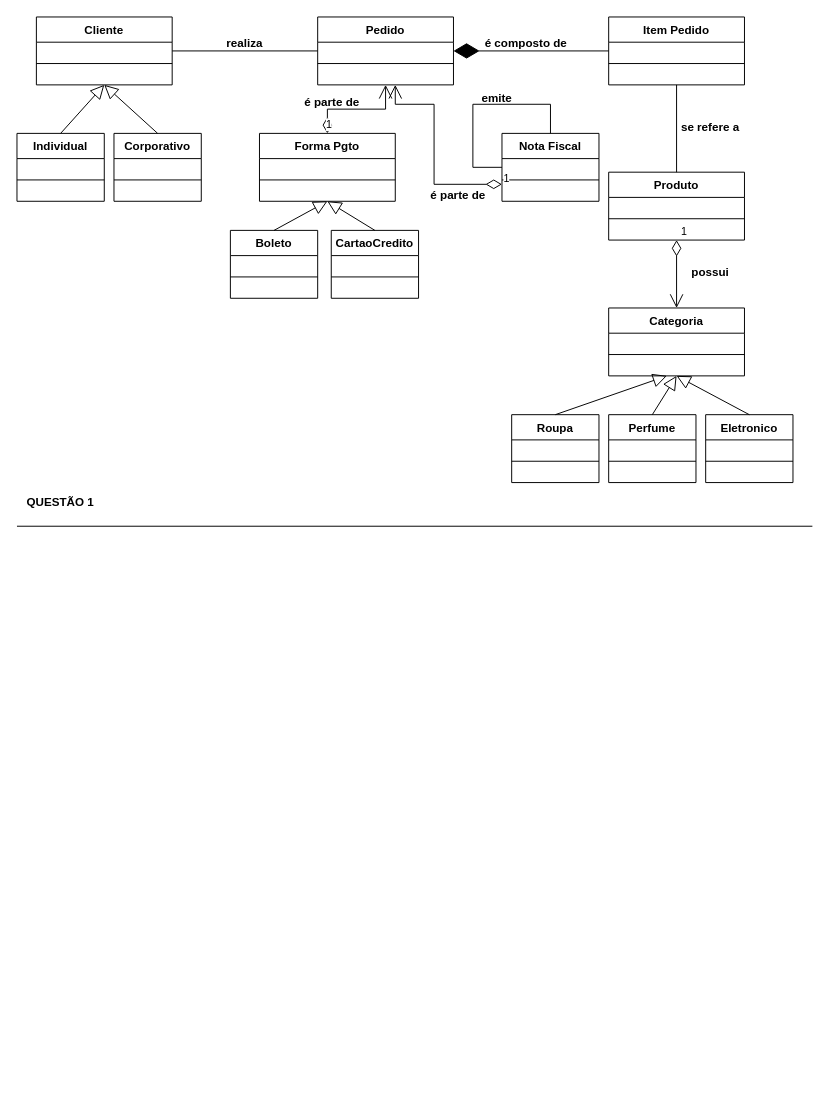
Earlier version of the draw.io diagram TarefaENG-REQ.drawio (loui674/Diagramas-de-Caso-de-Uso). Source tidied: cells renumbered, new cells numbered last; positions are measured from the earlier drawing's top-left corner, leaving out a move shared by most shapes. Both pictures are drawn from the tidied source at 97%, with x=0, y=0 at pixel (16, 16).
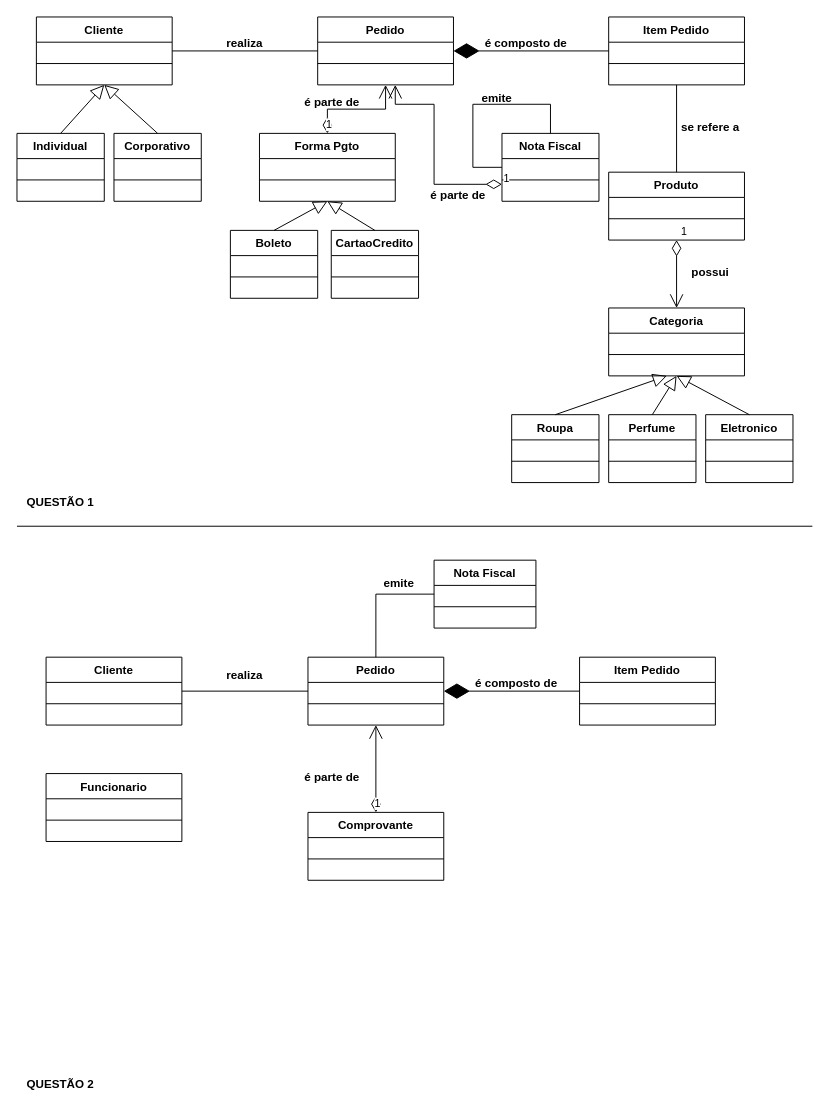
Above is the later version.

The edit, as a diff of the source:
```diff
@@
+    <mxCell id="53" value="QUESTÃO 2" style="text;align=center;fontStyle=1;verticalAlign=middle;spacingLeft=3;spacingRight=3;strokeColor=none;" parent="1" vertex="1">
+      <mxGeometry y="1080" width="90" height="40" as="geometry" />
+    </mxCell>
+    <mxCell id="54" value="Pedido" style="swimlane;fontStyle=1;align=center;verticalAlign=top;horizontal=1;startSize=26;" parent="1" vertex="1">
+      <mxGeometry x="300" y="660" width="140" height="70" as="geometry" />
+    </mxCell>
+    <mxCell id="55" style="line;strokeWidth=1;fillColor=none;align=left;verticalAlign=middle;spacingTop=-1;spacingLeft=3;spacingRight=3;labelPosition=right;strokeColor=inherit;" parent="54" vertex="1">
+      <mxGeometry y="26" width="140" height="44" as="geometry" />
+    </mxCell>
+    <mxCell id="56" value="Cliente" style="swimlane;fontStyle=1;align=center;verticalAlign=top;horizontal=1;startSize=26;" parent="1" vertex="1">
+      <mxGeometry x="30" y="660" width="140" height="70" as="geometry" />
+    </mxCell>
+    <mxCell id="57" style="line;strokeWidth=1;fillColor=none;align=left;verticalAlign=middle;spacingTop=-1;spacingLeft=3;spacingRight=3;labelPosition=right;strokeColor=inherit;" parent="56" vertex="1">
+      <mxGeometry y="26" width="140" height="44" as="geometry" />
+    </mxCell>
+    <mxCell id="58" value="Item Pedido" style="swimlane;fontStyle=1;align=center;verticalAlign=top;horizontal=1;startSize=26;" parent="1" vertex="1">
+      <mxGeometry x="580" y="660" width="140" height="70" as="geometry" />
+    </mxCell>
+    <mxCell id="59" style="line;strokeWidth=1;fillColor=none;align=left;verticalAlign=middle;spacingTop=-1;spacingLeft=3;spacingRight=3;labelPosition=right;strokeColor=inherit;" parent="58" vertex="1">
+      <mxGeometry y="26" width="140" height="44" as="geometry" />
+    </mxCell>
+    <mxCell id="60" value="Comprovante" style="swimlane;fontStyle=1;align=center;verticalAlign=top;horizontal=1;startSize=26;" parent="1" vertex="1">
+      <mxGeometry x="300" y="820" width="140" height="70" as="geometry" />
+    </mxCell>
+    <mxCell id="61" style="line;strokeWidth=1;fillColor=none;align=left;verticalAlign=middle;spacingTop=-1;spacingLeft=3;spacingRight=3;labelPosition=right;strokeColor=inherit;" parent="60" vertex="1">
+      <mxGeometry y="26" width="140" height="44" as="geometry" />
+    </mxCell>
+    <mxCell id="62" value="Funcionario" style="swimlane;fontStyle=1;align=center;verticalAlign=top;horizontal=1;startSize=26;" parent="1" vertex="1">
+      <mxGeometry x="30" y="780" width="140" height="70" as="geometry" />
+    </mxCell>
+    <mxCell id="63" style="line;strokeWidth=1;fillColor=none;align=left;verticalAlign=middle;spacingTop=-1;spacingLeft=3;spacingRight=3;labelPosition=right;strokeColor=inherit;" parent="62" vertex="1">
+      <mxGeometry y="26" width="140" height="44" as="geometry" />
+    </mxCell>
+    <mxCell id="64" value="Nota Fiscal" style="swimlane;fontStyle=1;align=center;verticalAlign=top;horizontal=1;startSize=26;" parent="1" vertex="1">
+      <mxGeometry x="430" y="560" width="105" height="70" as="geometry" />
+    </mxCell>
+    <mxCell id="65" style="line;strokeWidth=1;fillColor=none;align=left;verticalAlign=middle;spacingTop=-1;spacingLeft=3;spacingRight=3;labelPosition=right;strokeColor=inherit;" parent="64" vertex="1">
+      <mxGeometry y="26" width="105" height="44" as="geometry" />
+    </mxCell>
+    <mxCell id="66" style="endArrow=diamondThin;endFill=1;endSize=24;html=1;rounded=0;entryX=1;entryY=0.5;entryDx=0;entryDy=0;exitX=0;exitY=0.5;exitDx=0;exitDy=0;" parent="1" edge="1" source="58" target="54">
+      <mxGeometry relative="1" as="geometry" />
+    </mxCell>
+    <mxCell id="67" value="é composto de" style="text;align=center;fontStyle=1;verticalAlign=middle;spacingLeft=3;spacingRight=3;strokeColor=none;" parent="1" vertex="1">
+      <mxGeometry x="470" y="673" width="90" height="26" as="geometry" />
+    </mxCell>
+    <mxCell id="68" style="line;strokeWidth=1;fillColor=none;align=left;verticalAlign=middle;spacingTop=-1;spacingLeft=3;spacingRight=3;labelPosition=right;strokeColor=inherit;" parent="1" vertex="1">
+      <mxGeometry x="170" y="691" width="130" height="8" as="geometry" />
+    </mxCell>
+    <mxCell id="69" value="realiza" style="text;align=center;fontStyle=1;verticalAlign=middle;spacingLeft=3;spacingRight=3;strokeColor=none;" parent="1" vertex="1">
+      <mxGeometry x="190" y="665" width="90" height="26" as="geometry" />
+    </mxCell>
+    <mxCell id="70" value="1" style="endArrow=open;html=1;endSize=12;startArrow=diamondThin;startSize=14;startFill=0;edgeStyle=orthogonalEdgeStyle;align=left;verticalAlign=bottom;rounded=0;entryX=0.5;entryY=1;entryDx=0;entryDy=0;exitX=0.5;exitY=0;exitDx=0;exitDy=0;" parent="1" edge="1" source="60" target="54">
+      <mxGeometry x="-1" y="3" relative="1" as="geometry" />
+    </mxCell>
+    <mxCell id="71" value="é parte de" style="text;align=center;fontStyle=1;verticalAlign=middle;spacingLeft=3;spacingRight=3;strokeColor=none;" parent="1" vertex="1">
+      <mxGeometry x="280" y="770" width="90" height="26" as="geometry" />
+    </mxCell>
+    <mxCell id="72" style="endArrow=none;html=1;rounded=0;entryX=0;entryY=0.5;entryDx=0;entryDy=0;exitX=0.5;exitY=0;exitDx=0;exitDy=0;" parent="1" edge="1" source="54" target="64">
+      <mxGeometry relative="1" as="geometry">
+        <Array as="points">
+          <mxPoint x="370" y="595" />
+        </Array>
+      </mxGeometry>
+    </mxCell>
+    <mxCell id="73" value="emite" style="text;align=center;fontStyle=1;verticalAlign=middle;spacingLeft=3;spacingRight=3;strokeColor=none;" parent="1" vertex="1">
+      <mxGeometry x="349" y="570" width="90" height="26" as="geometry" />
+    </mxCell>
```
